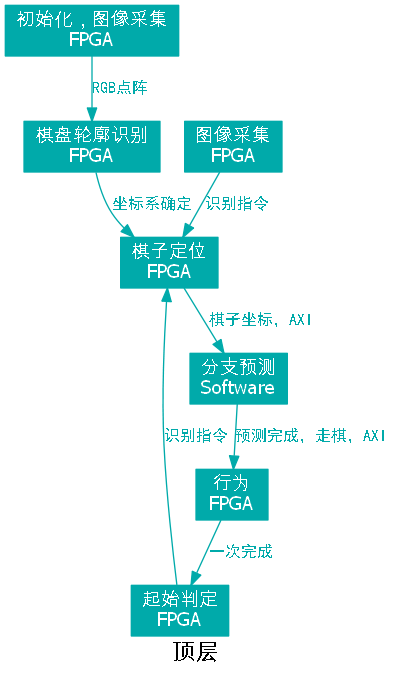
dtysky/Graduation_Project keeps this Graphviz diagram as Plans/PlanA/Top.dot.png. Above is the earlier version. Its source is kept beside it as Plans/PlanA/Top.dot. Its diagram source:
```dot
digraph Top{
	fontname = "MSYaHei";
	fontsize = 18;
	label = "顶层";
	rankdir = TB;
	edge [
		fontname = "SimHei",
		fontcolor = "#00AAAA",
		fontsize = 12;
		color = "#00AAAA"];
	node [
		fontname = "MSYaHei",
		fontcolor = white,
		fontsize = 14;
		shape = box,
		style = filled,
		color = "#00AAAA"];
	Start [label="初始化，图像采集\nFPGA"];
	Colt [label="图像采集\nFPGA"];
	Judge [label="起始判定\nFPGA"];
	Reco [label="棋盘轮廓识别\nFPGA"];
	Loc [label="棋子定位\nFPGA"];
	Pre [label="分支预测\nSoftware"];
	Act [label="行为\nFPGA"];
	Start -> Reco [label = "RGB点阵"];
	Reco -> Loc [label = "坐标系确定"];
	{Judge Colt} -> Loc [label = "识别指令"];
	Loc -> Pre [label = "棋子坐标，AXI"];
	Pre -> Act [label = "预测完成，走棋，AXI"];
	Act -> Judge [label = "一次完成"];
}
```
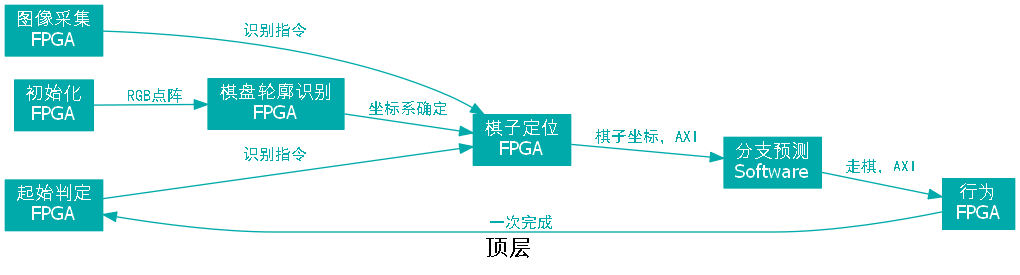
The same diagram one commit later.

Change to the diagram source:
```diff
@@ -2,7 +2,9 @@
 	fontname = "MSYaHei";
 	fontsize = 18;
 	label = "顶层";
-	rankdir = TB;
+	rankdir = LR;
+	rank = min;
+	size = "400,400";
 	edge [
 		fontname = "SimHei",
 		fontcolor = "#00AAAA",
@@ -15,7 +17,7 @@
 		shape = box,
 		style = filled,
 		color = "#00AAAA"];
-	Start [label="初始化，图像采集\nFPGA"];
+	Start [label="初始化\nFPGA"];
 	Colt [label="图像采集\nFPGA"];
 	Judge [label="起始判定\nFPGA"];
 	Reco [label="棋盘轮廓识别\nFPGA"];
@@ -26,6 +28,6 @@
 	Reco -> Loc [label = "坐标系确定"];
 	{Judge Colt} -> Loc [label = "识别指令"];
 	Loc -> Pre [label = "棋子坐标，AXI"];
-	Pre -> Act [label = "预测完成，走棋，AXI"];
+	Pre -> Act [label = "走棋，AXI"];
 	Act -> Judge [label = "一次完成"];
 }
```
